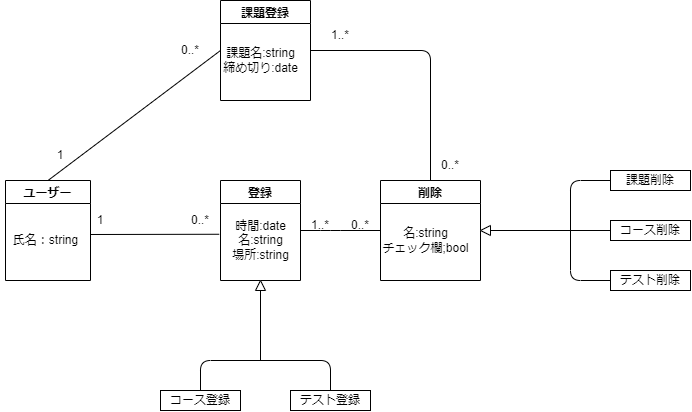
Above: Class-1.drawio.png in Hu-Hanxu/First-App-Self-Management- (draw.io), before the change. Source tidied: cells renumbered, new cells last; positions are measured from the earlier drawing's top-left corner, leaving out a move shared by most shapes.
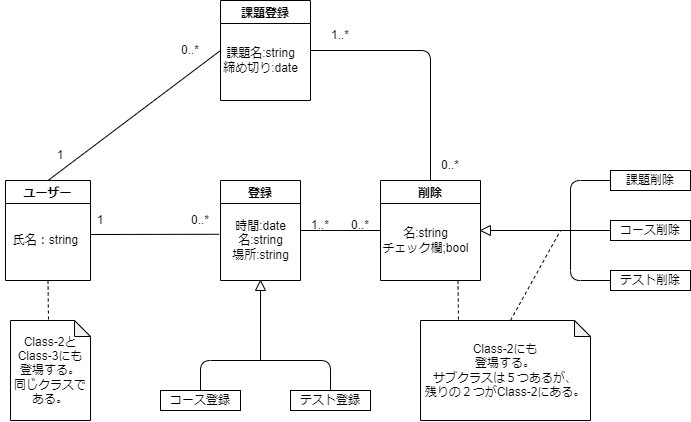
Later version of the same file.

What changed in the source:
```diff
@@ -116,5 +116,28 @@
     <mxCell id="32" value="0..*" style="text;html=1;strokeColor=none;fillColor=none;align=center;verticalAlign=middle;whiteSpace=wrap;rounded=0;" parent="1" vertex="1">
       <mxGeometry x="160" y="35" width="60" height="30" as="geometry" />
     </mxCell>
+    <mxCell id="33" style="endArrow=none;dashed=1;html=1;exitX=0.5;exitY=1;exitDx=0;exitDy=0;" parent="1" edge="1" source="25">
+      <mxGeometry relative="1" as="geometry">
+        <mxPoint x="48" y="320" as="targetPoint" />
+      </mxGeometry>
+    </mxCell>
+    <mxCell id="34" value="Class-2と&lt;br&gt;Class-3にも&lt;br&gt;登場する。&lt;br&gt;同じクラスである。" style="shape=note;whiteSpace=wrap;html=1;backgroundOutline=1;darkOpacity=0.05;size=16;" parent="1" vertex="1">
+      <mxGeometry x="10" y="320" width="80" height="100" as="geometry" />
+    </mxCell>
+    <mxCell id="35" style="endArrow=none;dashed=1;html=1;exitX=0.5;exitY=1;exitDx=0;exitDy=0;" parent="1" edge="1">
+      <mxGeometry relative="1" as="geometry">
+        <mxPoint x="457.5" y="280" as="sourcePoint" />
+        <mxPoint x="458" y="320" as="targetPoint" />
+      </mxGeometry>
+    </mxCell>
+    <mxCell id="36" value="Class-2にも&lt;br&gt;登場する。&lt;br&gt;サブクラスは５つあるが、&lt;br&gt;残りの２つがClass-2にある。" style="shape=note;whiteSpace=wrap;html=1;backgroundOutline=1;darkOpacity=0.05;size=16;" parent="1" vertex="1">
+      <mxGeometry x="420" y="320" width="170" height="100" as="geometry" />
+    </mxCell>
+    <mxCell id="37" style="endArrow=none;dashed=1;html=1;" parent="1" edge="1">
+      <mxGeometry relative="1" as="geometry">
+        <mxPoint x="510" y="320" as="sourcePoint" />
+        <mxPoint x="560" y="230" as="targetPoint" />
+      </mxGeometry>
+    </mxCell>
   </root>
 </mxGraphModel>
```
